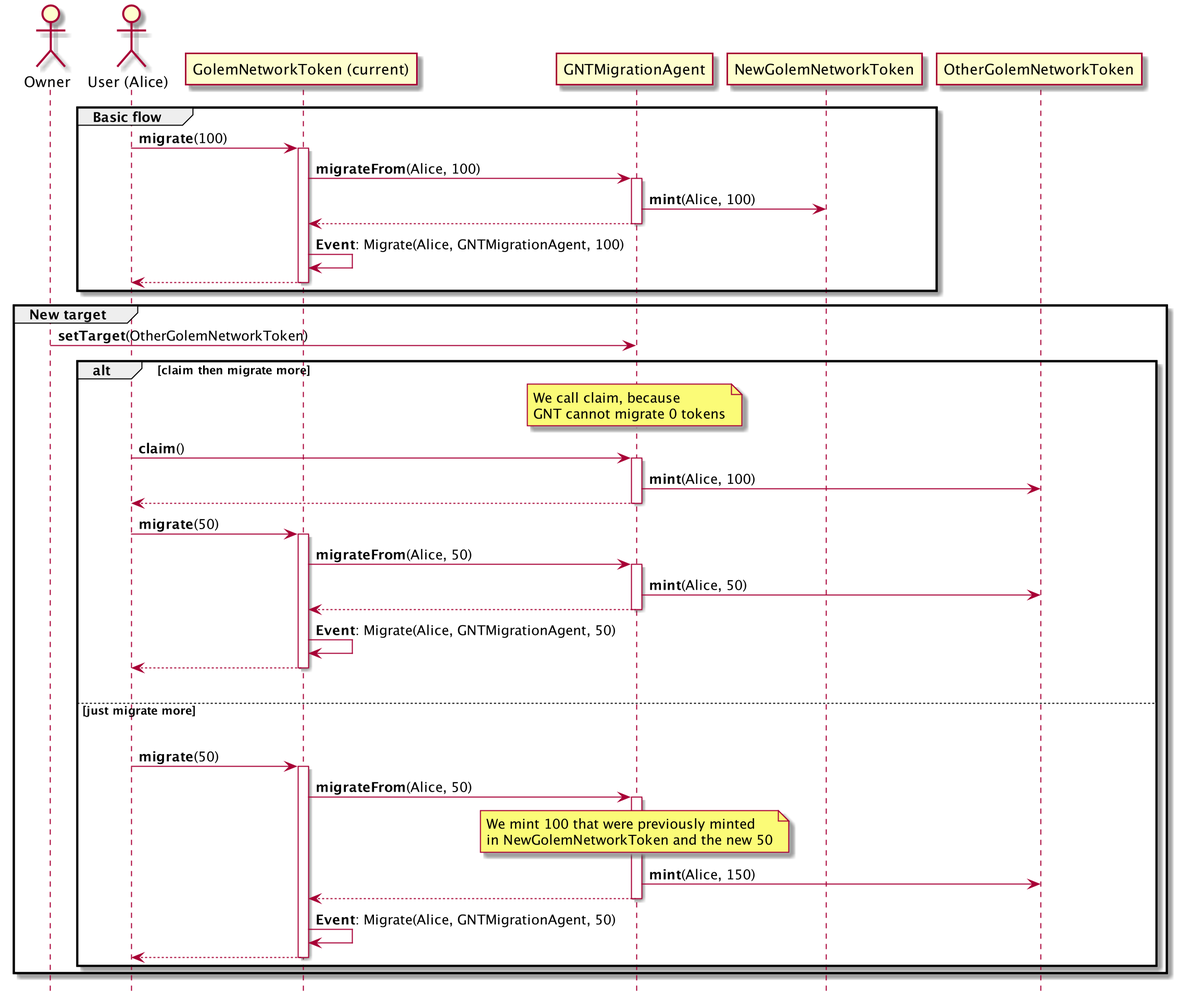
Above: notes/migration_sequence.png in golemfactory/gnt2 (PlantUML), before the change.
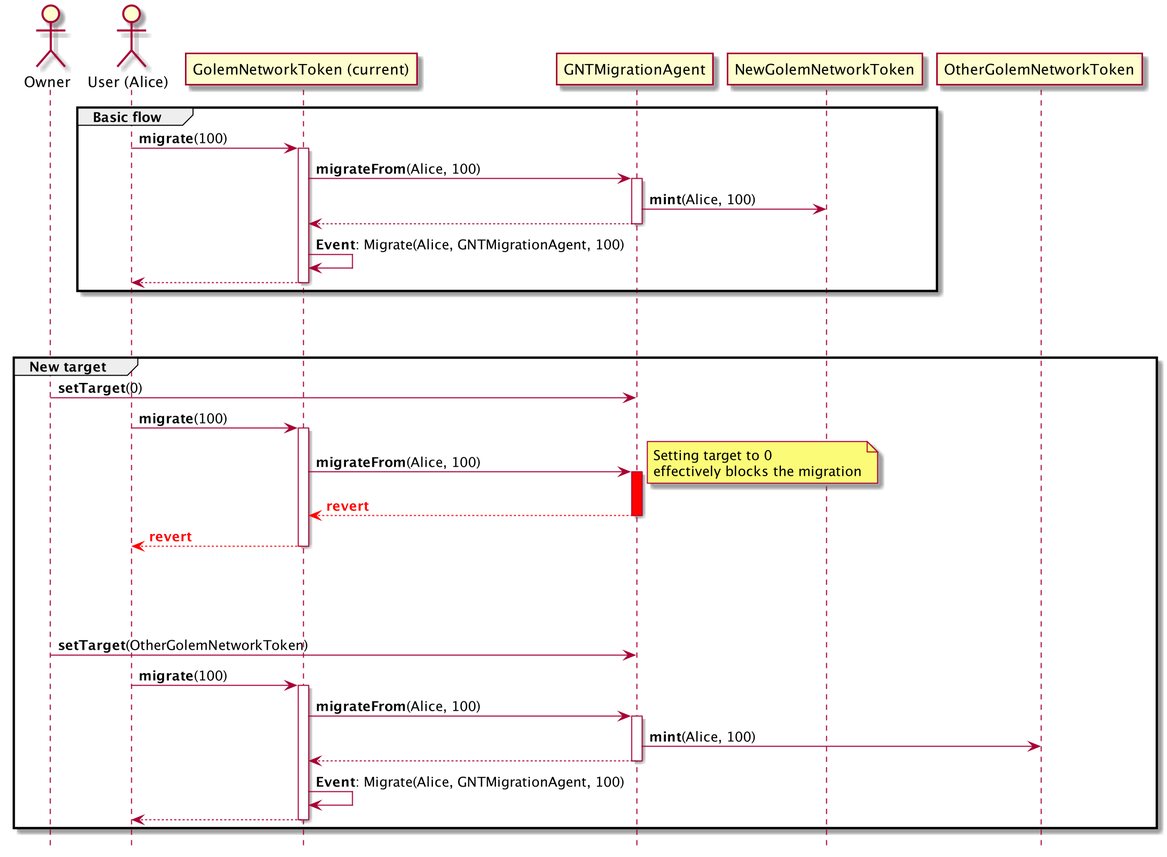
Later version of the same file.

Commit message:
Update diagrams for approve and migration.

Diff of the diagram source:
```diff
@@ -26,54 +26,43 @@
 return
 
 end
+|||
+|||
+group New target
 
-group New target
+Owner -> MA: **setTarget**(0)
+Alice -> GNT: **migrate**(100)
+activate GNT
+
+GNT -> MA: **migrateFrom**(Alice, 100)
+
+activate MA #red
+note right: Setting target to 0\neffectively blocks the migration
+return #red <font color="red><b>revert</b></font>
+return #red <font color="red><b>revert</b></font>
+
+|||
+|||
+|||
 
 Owner -> MA: **setTarget**(OtherGolemNetworkToken)
 
-alt claim then migrate more
 
-    note over MA: We call claim, because\nGNT cannot migrate 0 tokens
-    Alice -> MA: **claim**()
-    activate MA
-    MA -> NGNT2: **mint**(Alice, 100)
-    return
+Alice -> GNT: **migrate**(100)
+activate GNT
 
-    Alice -> GNT: **migrate**(50)
-    activate GNT
+GNT -> MA: **migrateFrom**(Alice, 100)
 
-    GNT -> MA: **migrateFrom**(Alice, 50)
+activate MA
 
-    activate MA
+MA -> NGNT2: **mint**(Alice, 100)
 
-    MA -> NGNT2: **mint**(Alice, 50)
+return
 
-    return
+GNT -> GNT: **Event**: Migrate(Alice, GNTMigrationAgent, 100)
+return
 
-    GNT -> GNT: **Event**: Migrate(Alice, GNTMigrationAgent, 50)
-    return
 
-|||
-
-else just migrate more
-|||
-
-    Alice -> GNT: **migrate**(50)
-    activate GNT
-
-    GNT -> MA: **migrateFrom**(Alice, 50)
-
-    activate MA
-
-    note over MA: We mint 100 that were previously minted\nin NewGolemNetworkToken and the new 50
-    MA -> NGNT2: **mint**(Alice, 150)
-
-    return
-
-    GNT -> GNT: **Event**: Migrate(Alice, GNTMigrationAgent, 50)
-    return
-
-end
 
 end
 
```
